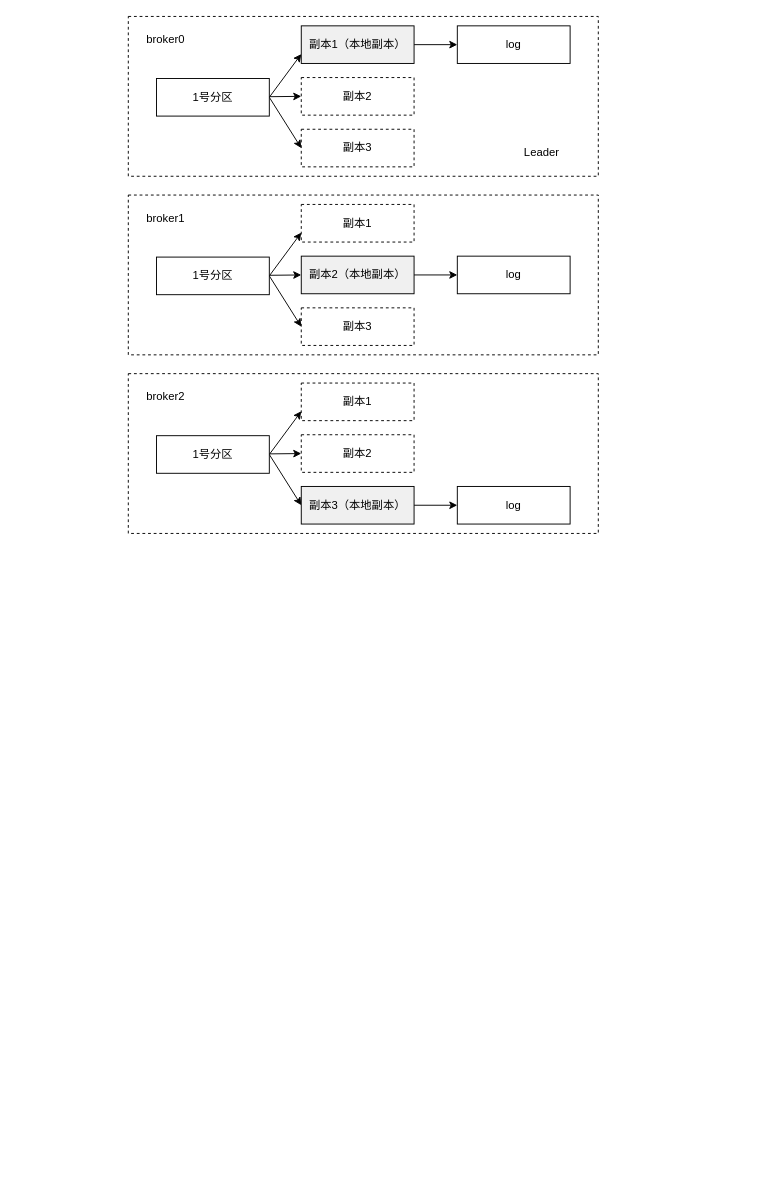
Earlier version of the draw.io diagram docs/assets/drawio/kafka同步机制.drawio (qinguan1/qinguan1.github.io). Source tidied: cells renumbered, new cells numbered last; positions are measured from the earlier drawing's top-left corner, leaving out a move shared by most shapes. Both pictures are drawn from the tidied source at 94%, with x=0, y=0 at pixel (128, 16).
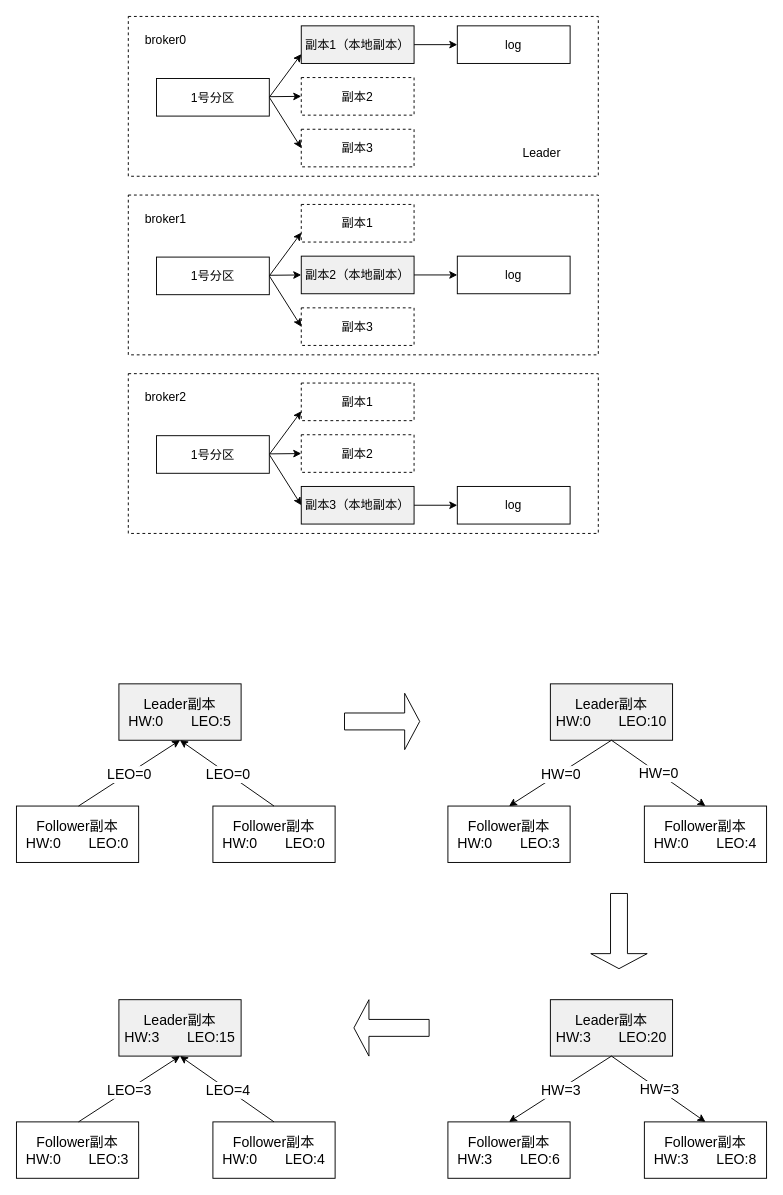
After the change.

Diff of the diagram source:
```diff
@@
-    <mxCell id="2" style="rounded=0;whiteSpace=wrap;html=1;dashed=1;" parent="1" vertex="1">
+    <mxCell id="2" style="rounded=0;whiteSpace=wrap;html=1;dashed=1;fontSize=13;" parent="1" vertex="1">
       <mxGeometry width="500" height="170" as="geometry" />
     </mxCell>
-    <mxCell id="3" value="broker0" style="text;html=1;strokeColor=none;fillColor=none;align=center;verticalAlign=middle;whiteSpace=wrap;rounded=0;dashed=1;" parent="1" vertex="1">
+    <mxCell id="3" value="broker0" style="text;html=1;strokeColor=none;fillColor=none;align=center;verticalAlign=middle;whiteSpace=wrap;rounded=0;dashed=1;fontSize=13;" parent="1" vertex="1">
       <mxGeometry x="10" y="10" width="60" height="30" as="geometry" />
     </mxCell>
-    <mxCell id="4" style="rounded=0;jettySize=auto;html=1;entryX=0;entryY=0.75;entryDx=0;entryDy=0;exitX=1;exitY=0.5;exitDx=0;exitDy=0;" parent="1" edge="1" source="7" target="9">
+    <mxCell id="4" style="rounded=0;jettySize=auto;html=1;entryX=0;entryY=0.75;entryDx=0;entryDy=0;exitX=1;exitY=0.5;exitDx=0;exitDy=0;fontSize=13;" parent="1" edge="1" source="7" target="9">
       <mxGeometry relative="1" as="geometry" />
     </mxCell>
-    <mxCell id="5" style="edgeStyle=none;rounded=0;jettySize=auto;html=1;entryX=0;entryY=0.5;entryDx=0;entryDy=0;" parent="1" edge="1" source="7" target="10">
+    <mxCell id="5" style="edgeStyle=none;rounded=0;jettySize=auto;html=1;entryX=0;entryY=0.5;entryDx=0;entryDy=0;fontSize=13;" parent="1" edge="1" source="7" target="10">
       <mxGeometry relative="1" as="geometry" />
     </mxCell>
-    <mxCell id="6" style="edgeStyle=none;rounded=0;jettySize=auto;html=1;entryX=0;entryY=0.5;entryDx=0;entryDy=0;exitX=1;exitY=0.5;exitDx=0;exitDy=0;" parent="1" edge="1" source="7" target="11">
+    <mxCell id="6" style="edgeStyle=none;rounded=0;jettySize=auto;html=1;entryX=0;entryY=0.5;entryDx=0;entryDy=0;exitX=1;exitY=0.5;exitDx=0;exitDy=0;fontSize=13;" parent="1" edge="1" source="7" target="11">
       <mxGeometry relative="1" as="geometry" />
     </mxCell>
-    <mxCell id="7" value="1号分区" style="rounded=0;whiteSpace=wrap;html=1;" parent="1" vertex="1">
+    <mxCell id="7" value="1号分区" style="rounded=0;whiteSpace=wrap;html=1;fontSize=13;" parent="1" vertex="1">
       <mxGeometry x="30" y="66" width="120" height="40" as="geometry" />
     </mxCell>
-    <mxCell id="8" style="edgeStyle=none;rounded=0;jettySize=auto;html=1;entryX=0;entryY=0.5;entryDx=0;entryDy=0;" parent="1" edge="1" source="9" target="12">
+    <mxCell id="8" style="edgeStyle=none;rounded=0;jettySize=auto;html=1;entryX=0;entryY=0.5;entryDx=0;entryDy=0;fontSize=13;" parent="1" edge="1" source="9" target="12">
       <mxGeometry relative="1" as="geometry" />
     </mxCell>
-    <mxCell id="9" value="副本1（本地副本）" style="rounded=0;whiteSpace=wrap;html=1;fillColor=#F0F0F0;" parent="1" vertex="1">
+    <mxCell id="9" value="副本1（本地副本）" style="rounded=0;whiteSpace=wrap;html=1;fillColor=#F0F0F0;fontSize=13;" parent="1" vertex="1">
       <mxGeometry x="184" y="10" width="120" height="40" as="geometry" />
     </mxCell>
-    <mxCell id="10" value="副本2" style="rounded=0;whiteSpace=wrap;html=1;dashed=1;" parent="1" vertex="1">
+    <mxCell id="10" value="副本2" style="rounded=0;whiteSpace=wrap;html=1;dashed=1;fontSize=13;" parent="1" vertex="1">
       <mxGeometry x="184" y="65" width="120" height="40" as="geometry" />
     </mxCell>
-    <mxCell id="11" value="副本3" style="rounded=0;whiteSpace=wrap;html=1;dashed=1;" parent="1" vertex="1">
+    <mxCell id="11" value="副本3" style="rounded=0;whiteSpace=wrap;html=1;dashed=1;fontSize=13;" parent="1" vertex="1">
       <mxGeometry x="184" y="120" width="120" height="40" as="geometry" />
     </mxCell>
-    <mxCell id="12" value="log" style="rounded=0;whiteSpace=wrap;html=1;" parent="1" vertex="1">
+    <mxCell id="12" value="log" style="rounded=0;whiteSpace=wrap;html=1;fontSize=13;" parent="1" vertex="1">
       <mxGeometry x="350" y="10" width="120" height="40" as="geometry" />
     </mxCell>
-    <mxCell id="13" style="rounded=0;whiteSpace=wrap;html=1;dashed=1;" parent="1" vertex="1">
+    <mxCell id="13" style="rounded=0;whiteSpace=wrap;html=1;dashed=1;fontSize=13;" parent="1" vertex="1">
       <mxGeometry y="190" width="500" height="170" as="geometry" />
     </mxCell>
-    <mxCell id="14" value="broker1" style="text;html=1;strokeColor=none;fillColor=none;align=center;verticalAlign=middle;whiteSpace=wrap;rounded=0;dashed=1;" parent="1" vertex="1">
+    <mxCell id="14" value="broker1" style="text;html=1;strokeColor=none;fillColor=none;align=center;verticalAlign=middle;whiteSpace=wrap;rounded=0;dashed=1;fontSize=13;" parent="1" vertex="1">
       <mxGeometry x="10" y="200" width="60" height="30" as="geometry" />
     </mxCell>
-    <mxCell id="15" style="rounded=0;jettySize=auto;html=1;entryX=0;entryY=0.75;entryDx=0;entryDy=0;exitX=1;exitY=0.5;exitDx=0;exitDy=0;" parent="1" edge="1" source="18" target="19">
+    <mxCell id="15" style="rounded=0;jettySize=auto;html=1;entryX=0;entryY=0.75;entryDx=0;entryDy=0;exitX=1;exitY=0.5;exitDx=0;exitDy=0;fontSize=13;" parent="1" edge="1" source="18" target="19">
       <mxGeometry relative="1" as="geometry" />
     </mxCell>
-    <mxCell id="16" style="edgeStyle=none;rounded=0;jettySize=auto;html=1;entryX=0;entryY=0.5;entryDx=0;entryDy=0;" parent="1" edge="1" source="18" target="21">
+    <mxCell id="16" style="edgeStyle=none;rounded=0;jettySize=auto;html=1;entryX=0;entryY=0.5;entryDx=0;entryDy=0;fontSize=13;" parent="1" edge="1" source="18" target="21">
       <mxGeometry relative="1" as="geometry" />
     </mxCell>
-    <mxCell id="17" style="edgeStyle=none;rounded=0;jettySize=auto;html=1;entryX=0;entryY=0.5;entryDx=0;entryDy=0;exitX=1;exitY=0.5;exitDx=0;exitDy=0;" parent="1" edge="1" source="18" target="22">
+    <mxCell id="17" style="edgeStyle=none;rounded=0;jettySize=auto;html=1;entryX=0;entryY=0.5;entryDx=0;entryDy=0;exitX=1;exitY=0.5;exitDx=0;exitDy=0;fontSize=13;" parent="1" edge="1" source="18" target="22">
       <mxGeometry relative="1" as="geometry" />
     </mxCell>
-    <mxCell id="18" value="1号分区" style="rounded=0;whiteSpace=wrap;html=1;" parent="1" vertex="1">
+    <mxCell id="18" value="1号分区" style="rounded=0;whiteSpace=wrap;html=1;fontSize=13;" parent="1" vertex="1">
       <mxGeometry x="30" y="256" width="120" height="40" as="geometry" />
     </mxCell>
-    <mxCell id="19" value="副本1" style="rounded=0;whiteSpace=wrap;html=1;fillColor=#FFFFFF;dashed=1;" parent="1" vertex="1">
+    <mxCell id="19" value="副本1" style="rounded=0;whiteSpace=wrap;html=1;fillColor=#FFFFFF;dashed=1;fontSize=13;" parent="1" vertex="1">
       <mxGeometry x="184" y="200" width="120" height="40" as="geometry" />
     </mxCell>
-    <mxCell id="20" style="edgeStyle=none;rounded=0;jettySize=auto;html=1;entryX=0;entryY=0.5;entryDx=0;entryDy=0;" parent="1" edge="1" source="21" target="23">
+    <mxCell id="20" style="edgeStyle=none;rounded=0;jettySize=auto;html=1;entryX=0;entryY=0.5;entryDx=0;entryDy=0;fontSize=13;" parent="1" edge="1" source="21" target="23">
       <mxGeometry relative="1" as="geometry" />
     </mxCell>
-    <mxCell id="21" value="副本2（本地副本）" style="rounded=0;whiteSpace=wrap;html=1;fillColor=#F0F0F0;" parent="1" vertex="1">
+    <mxCell id="21" value="副本2（本地副本）" style="rounded=0;whiteSpace=wrap;html=1;fillColor=#F0F0F0;fontSize=13;" parent="1" vertex="1">
       <mxGeometry x="184" y="255" width="120" height="40" as="geometry" />
     </mxCell>
-    <mxCell id="22" value="副本3" style="rounded=0;whiteSpace=wrap;html=1;dashed=1;" parent="1" vertex="1">
+    <mxCell id="22" value="副本3" style="rounded=0;whiteSpace=wrap;html=1;dashed=1;fontSize=13;" parent="1" vertex="1">
       <mxGeometry x="184" y="310" width="120" height="40" as="geometry" />
     </mxCell>
-    <mxCell id="23" value="log" style="rounded=0;whiteSpace=wrap;html=1;" parent="1" vertex="1">
+    <mxCell id="23" value="log" style="rounded=0;whiteSpace=wrap;html=1;fontSize=13;" parent="1" vertex="1">
       <mxGeometry x="350" y="255" width="120" height="40" as="geometry" />
     </mxCell>
-    <mxCell id="24" style="rounded=0;whiteSpace=wrap;html=1;dashed=1;" parent="1" vertex="1">
+    <mxCell id="24" style="rounded=0;whiteSpace=wrap;html=1;dashed=1;fontSize=13;" parent="1" vertex="1">
       <mxGeometry y="380" width="500" height="170" as="geometry" />
     </mxCell>
-    <mxCell id="25" value="broker2" style="text;html=1;strokeColor=none;fillColor=none;align=center;verticalAlign=middle;whiteSpace=wrap;rounded=0;dashed=1;" parent="1" vertex="1">
+    <mxCell id="25" value="broker2" style="text;html=1;strokeColor=none;fillColor=none;align=center;verticalAlign=middle;whiteSpace=wrap;rounded=0;dashed=1;fontSize=13;" parent="1" vertex="1">
       <mxGeometry x="10" y="390" width="60" height="30" as="geometry" />
     </mxCell>
-    <mxCell id="26" style="rounded=0;jettySize=auto;html=1;entryX=0;entryY=0.75;entryDx=0;entryDy=0;exitX=1;exitY=0.5;exitDx=0;exitDy=0;" parent="1" edge="1" source="29" target="31">
+    <mxCell id="26" style="rounded=0;jettySize=auto;html=1;entryX=0;entryY=0.75;entryDx=0;entryDy=0;exitX=1;exitY=0.5;exitDx=0;exitDy=0;fontSize=13;" parent="1" edge="1" source="29" target="31">
       <mxGeometry relative="1" as="geometry" />
     </mxCell>
-    <mxCell id="27" style="edgeStyle=none;rounded=0;jettySize=auto;html=1;entryX=0;entryY=0.5;entryDx=0;entryDy=0;" parent="1" edge="1" source="29" target="32">
+    <mxCell id="27" style="edgeStyle=none;rounded=0;jettySize=auto;html=1;entryX=0;entryY=0.5;entryDx=0;entryDy=0;fontSize=13;" parent="1" edge="1" source="29" target="32">
       <mxGeometry relative="1" as="geometry" />
     </mxCell>
-    <mxCell id="28" style="edgeStyle=none;rounded=0;jettySize=auto;html=1;entryX=0;entryY=0.5;entryDx=0;entryDy=0;exitX=1;exitY=0.5;exitDx=0;exitDy=0;" parent="1" edge="1" source="29" target="33">
+    <mxCell id="28" style="edgeStyle=none;rounded=0;jettySize=auto;html=1;entryX=0;entryY=0.5;entryDx=0;entryDy=0;exitX=1;exitY=0.5;exitDx=0;exitDy=0;fontSize=13;" parent="1" edge="1" source="29" target="33">
       <mxGeometry relative="1" as="geometry" />
     </mxCell>
-    <mxCell id="29" value="1号分区" style="rounded=0;whiteSpace=wrap;html=1;" parent="1" vertex="1">
+    <mxCell id="29" value="1号分区" style="rounded=0;whiteSpace=wrap;html=1;fontSize=13;" parent="1" vertex="1">
       <mxGeometry x="30" y="446" width="120" height="40" as="geometry" />
     </mxCell>
-    <mxCell id="30" style="edgeStyle=none;rounded=0;jettySize=auto;html=1;entryX=0;entryY=0.5;entryDx=0;entryDy=0;exitX=1;exitY=0.5;exitDx=0;exitDy=0;" parent="1" edge="1" source="33" target="34">
+    <mxCell id="30" style="edgeStyle=none;rounded=0;jettySize=auto;html=1;entryX=0;entryY=0.5;entryDx=0;entryDy=0;exitX=1;exitY=0.5;exitDx=0;exitDy=0;fontSize=13;" parent="1" edge="1" source="33" target="34">
       <mxGeometry relative="1" as="geometry" />
     </mxCell>
-    <mxCell id="31" value="副本1" style="rounded=0;whiteSpace=wrap;html=1;fillColor=#FFFFFF;dashed=1;" parent="1" vertex="1">
+    <mxCell id="31" value="副本1" style="rounded=0;whiteSpace=wrap;html=1;fillColor=#FFFFFF;dashed=1;fontSize=13;" parent="1" vertex="1">
       <mxGeometry x="184" y="390" width="120" height="40" as="geometry" />
     </mxCell>
-    <mxCell id="32" value="副本2" style="rounded=0;whiteSpace=wrap;html=1;dashed=1;" parent="1" vertex="1">
+    <mxCell id="32" value="副本2" style="rounded=0;whiteSpace=wrap;html=1;dashed=1;fontSize=13;" parent="1" vertex="1">
       <mxGeometry x="184" y="445" width="120" height="40" as="geometry" />
     </mxCell>
-    <mxCell id="33" value="副本3（本地副本）" style="rounded=0;whiteSpace=wrap;html=1;fillColor=#F0F0F0;" parent="1" vertex="1">
+    <mxCell id="33" value="副本3（本地副本）" style="rounded=0;whiteSpace=wrap;html=1;fillColor=#F0F0F0;fontSize=13;" parent="1" vertex="1">
       <mxGeometry x="184" y="500" width="120" height="40" as="geometry" />
     </mxCell>
-    <mxCell id="34" value="log" style="rounded=0;whiteSpace=wrap;html=1;" parent="1" vertex="1">
+    <mxCell id="34" value="log" style="rounded=0;whiteSpace=wrap;html=1;fontSize=13;" parent="1" vertex="1">
       <mxGeometry x="350" y="500" width="120" height="40" as="geometry" />
     </mxCell>
-    <mxCell id="35" value="Leader" style="text;html=1;strokeColor=none;fillColor=none;align=center;verticalAlign=middle;whiteSpace=wrap;rounded=0;" parent="1" vertex="1">
+    <mxCell id="35" value="Leader" style="text;html=1;strokeColor=none;fillColor=none;align=center;verticalAlign=middle;whiteSpace=wrap;rounded=0;fontSize=13;" parent="1" vertex="1">
       <mxGeometry x="410" y="130" width="60" height="30" as="geometry" />
     </mxCell>
+    <mxCell id="36" value="Leader副本&lt;br style=&quot;font-size: 15px;&quot;&gt;HW:0&lt;span style=&quot;white-space: pre; font-size: 15px;&quot;&gt;&#9;&lt;/span&gt;LEO:5" style="rounded=0;whiteSpace=wrap;html=1;fillColor=#F0F0F0;fontSize=15;" parent="1" vertex="1">
+      <mxGeometry x="-10" y="710" width="130" height="60" as="geometry" />
+    </mxCell>
+    <mxCell id="37" value="Follower副本&lt;br style=&quot;font-size: 15px;&quot;&gt;HW:0&lt;span style=&quot;white-space: pre; font-size: 15px;&quot;&gt;&#9;&lt;/span&gt;LEO:0" style="rounded=0;whiteSpace=wrap;html=1;fillColor=#FFFFFF;fontSize=15;" parent="1" vertex="1">
+      <mxGeometry x="-119" y="840" width="130" height="60" as="geometry" />
+    </mxCell>
+    <mxCell id="38" value="Follower副本&lt;br style=&quot;font-size: 15px;&quot;&gt;HW:0&lt;span style=&quot;white-space: pre; font-size: 15px;&quot;&gt;&#9;&lt;/span&gt;LEO:0" style="rounded=0;whiteSpace=wrap;html=1;fillColor=#FFFFFF;fontSize=15;" parent="1" vertex="1">
+      <mxGeometry x="90" y="840" width="130" height="60" as="geometry" />
+    </mxCell>
+    <mxCell id="39" style="endArrow=classic;html=1;rounded=0;exitX=0.5;exitY=0;exitDx=0;exitDy=0;entryX=0.5;entryY=1;entryDx=0;entryDy=0;" parent="1" edge="1" target="36">
+      <mxGeometry relative="1" as="geometry">
+        <mxPoint x="-53" y="840" as="sourcePoint" />
+      </mxGeometry>
+    </mxCell>
+    <mxCell id="40" value="LEO=0" style="edgeLabel;html=1;align=center;verticalAlign=middle;fillColor=#FFFFFF;fontSize=15;" parent="39" vertex="1">
+      <mxGeometry relative="1" as="geometry" />
+    </mxCell>
+    <mxCell id="41" style="endArrow=classic;html=1;rounded=0;exitX=0.5;exitY=0;exitDx=0;exitDy=0;entryX=0.5;entryY=1;entryDx=0;entryDy=0;" parent="1" edge="1" source="38" target="36">
+      <mxGeometry relative="1" as="geometry" />
+    </mxCell>
+    <mxCell id="42" value="LEO=0" style="edgeLabel;html=1;align=center;verticalAlign=middle;fillColor=#FFFFFF;fontSize=15;" parent="41" vertex="1">
+      <mxGeometry relative="1" as="geometry" />
+    </mxCell>
+    <mxCell id="43" value="Leader副本&lt;br style=&quot;font-size: 15px;&quot;&gt;HW:0&lt;span style=&quot;white-space: pre; font-size: 15px;&quot;&gt;&#9;&lt;/span&gt;LEO:10" style="rounded=0;whiteSpace=wrap;html=1;fillColor=#F0F0F0;fontSize=15;" parent="1" vertex="1">
+      <mxGeometry x="449" y="710" width="130" height="60" as="geometry" />
+    </mxCell>
+    <mxCell id="44" value="Follower副本&lt;br style=&quot;font-size: 15px;&quot;&gt;HW:0&lt;span style=&quot;white-space: pre; font-size: 15px;&quot;&gt;&#9;&lt;/span&gt;LEO:3" style="rounded=0;whiteSpace=wrap;html=1;fillColor=#FFFFFF;fontSize=15;" parent="1" vertex="1">
+      <mxGeometry x="340" y="840" width="130" height="60" as="geometry" />
+    </mxCell>
+    <mxCell id="45" value="Follower副本&lt;br style=&quot;font-size: 15px;&quot;&gt;HW:0&lt;span style=&quot;white-space: pre; font-size: 15px;&quot;&gt;&#9;&lt;/span&gt;LEO:4" style="rounded=0;whiteSpace=wrap;html=1;fillColor=#FFFFFF;fontSize=15;" parent="1" vertex="1">
+      <mxGeometry x="549" y="840" width="130" height="60" as="geometry" />
+    </mxCell>
+    <mxCell id="46" style="endArrow=classic;html=1;rounded=0;exitX=0.5;exitY=1;exitDx=0;exitDy=0;entryX=0.5;entryY=0;entryDx=0;entryDy=0;fontSize=15;" parent="1" edge="1" source="43" target="44">
+      <mxGeometry relative="1" as="geometry" />
+    </mxCell>
+    <mxCell id="47" value="HW=0" style="edgeLabel;html=1;align=center;verticalAlign=middle;fillColor=#FFFFFF;fontSize=15;" parent="46" vertex="1">
+      <mxGeometry relative="1" as="geometry" />
+    </mxCell>
+    <mxCell id="48" style="endArrow=classic;html=1;rounded=0;entryX=0.5;entryY=0;entryDx=0;entryDy=0;exitX=0.5;exitY=1;exitDx=0;exitDy=0;fontSize=15;" parent="1" edge="1" source="43" target="45">
+      <mxGeometry relative="1" as="geometry" />
+    </mxCell>
+    <mxCell id="49" value="HW=0" style="edgeLabel;html=1;align=center;verticalAlign=middle;fillColor=#FFFFFF;fontSize=15;" parent="48" vertex="1">
+      <mxGeometry relative="1" as="geometry" />
+    </mxCell>
+    <mxCell id="50" value="Leader副本&lt;br style=&quot;font-size: 15px;&quot;&gt;HW:3&lt;span style=&quot;white-space: pre; font-size: 15px;&quot;&gt;&#9;&lt;/span&gt;LEO:15" style="rounded=0;whiteSpace=wrap;html=1;fillColor=#F0F0F0;fontSize=15;" parent="1" vertex="1">
+      <mxGeometry x="-10" y="1046" width="130" height="60" as="geometry" />
+    </mxCell>
+    <mxCell id="51" value="Follower副本&lt;br style=&quot;font-size: 15px;&quot;&gt;HW:0&lt;span style=&quot;white-space: pre; font-size: 15px;&quot;&gt;&#9;&lt;/span&gt;LEO:3" style="rounded=0;whiteSpace=wrap;html=1;fillColor=#FFFFFF;fontSize=15;" parent="1" vertex="1">
+      <mxGeometry x="-119" y="1176" width="130" height="60" as="geometry" />
+    </mxCell>
+    <mxCell id="52" value="Follower副本&lt;br style=&quot;font-size: 15px;&quot;&gt;HW:0&lt;span style=&quot;white-space: pre; font-size: 15px;&quot;&gt;&#9;&lt;/span&gt;LEO:4" style="rounded=0;whiteSpace=wrap;html=1;fillColor=#FFFFFF;fontSize=15;" parent="1" vertex="1">
+      <mxGeometry x="90" y="1176" width="130" height="60" as="geometry" />
+    </mxCell>
+    <mxCell id="53" style="endArrow=classic;html=1;rounded=0;exitX=0.5;exitY=0;exitDx=0;exitDy=0;entryX=0.5;entryY=1;entryDx=0;entryDy=0;fontSize=15;" parent="1" edge="1" target="50">
+      <mxGeometry relative="1" as="geometry">
+        <mxPoint x="-53" y="1176" as="sourcePoint" />
+      </mxGeometry>
+    </mxCell>
+    <mxCell id="54" value="LEO=3" style="edgeLabel;html=1;align=center;verticalAlign=middle;fillColor=#FFFFFF;fontSize=15;" parent="53" vertex="1">
+      <mxGeometry relative="1" as="geometry" />
+    </mxCell>
+    <mxCell id="55" style="endArrow=classic;html=1;rounded=0;exitX=0.5;exitY=0;exitDx=0;exitDy=0;entryX=0.5;entryY=1;entryDx=0;entryDy=0;fontSize=15;" parent="1" edge="1" source="52" target="50">
+      <mxGeometry relative="1" as="geometry" />
+    </mxCell>
+    <mxCell id="56" value="LEO=4" style="edgeLabel;html=1;align=center;verticalAlign=middle;fillColor=#FFFFFF;fontSize=15;" parent="55" vertex="1">
+      <mxGeometry relative="1" as="geometry" />
+    </mxCell>
+    <mxCell id="57" value="Leader副本&lt;br style=&quot;font-size: 15px;&quot;&gt;HW:3&lt;span style=&quot;white-space: pre; font-size: 15px;&quot;&gt;&#9;&lt;/span&gt;LEO:20" style="rounded=0;whiteSpace=wrap;html=1;fillColor=#F0F0F0;fontSize=15;" parent="1" vertex="1">
+      <mxGeometry x="449" y="1046" width="130" height="60" as="geometry" />
+    </mxCell>
+    <mxCell id="58" value="Follower副本&lt;br style=&quot;font-size: 15px;&quot;&gt;HW:3&lt;span style=&quot;white-space: pre; font-size: 15px;&quot;&gt;&#9;&lt;/span&gt;LEO:6" style="rounded=0;whiteSpace=wrap;html=1;fillColor=#FFFFFF;fontSize=15;" parent="1" vertex="1">
+      <mxGeometry x="340" y="1176" width="130" height="60" as="geometry" />
+    </mxCell>
+    <mxCell id="59" value="Follower副本&lt;br style=&quot;font-size: 15px;&quot;&gt;HW:3&lt;span style=&quot;white-space: pre; font-size: 15px;&quot;&gt;&#9;&lt;/span&gt;LEO:8" style="rounded=0;whiteSpace=wrap;html=1;fillColor=#FFFFFF;fontSize=15;" parent="1" vertex="1">
+      <mxGeometry x="549" y="1176" width="130" height="60" as="geometry" />
+    </mxCell>
+    <mxCell id="60" style="endArrow=classic;html=1;rounded=0;exitX=0.5;exitY=1;exitDx=0;exitDy=0;entryX=0.5;entryY=0;entryDx=0;entryDy=0;fontSize=15;" parent="1" edge="1" source="57" target="58">
+      <mxGeometry relative="1" as="geometry" />
+    </mxCell>
+    <mxCell id="61" value="HW=3" style="edgeLabel;html=1;align=center;verticalAlign=middle;fillColor=#FFFFFF;fontSize=15;" parent="60" vertex="1">
+      <mxGeometry relative="1" as="geometry" />
+    </mxCell>
+    <mxCell id="62" style="endArrow=classic;html=1;rounded=0;entryX=0.5;entryY=0;entryDx=0;entryDy=0;exitX=0.5;exitY=1;exitDx=0;exitDy=0;fontSize=15;" parent="1" edge="1" source="57" target="59">
+      <mxGeometry relative="1" as="geometry" />
+    </mxCell>
+    <mxCell id="63" value="HW=3" style="edgeLabel;html=1;align=center;verticalAlign=middle;fillColor=#FFFFFF;fontSize=15;" parent="62" vertex="1">
+      <mxGeometry relative="1" as="geometry">
+        <mxPoint x="1" as="offset" />
+      </mxGeometry>
+    </mxCell>
+    <mxCell id="64" style="shape=singleArrow;whiteSpace=wrap;html=1;fillColor=#FFFFFF;" parent="1" vertex="1">
+      <mxGeometry x="230" y="720" width="80" height="60" as="geometry" />
+    </mxCell>
+    <mxCell id="65" style="shape=singleArrow;whiteSpace=wrap;html=1;fillColor=#FFFFFF;direction=south;fontSize=15;" parent="1" vertex="1">
+      <mxGeometry x="492" y="933" width="60" height="80" as="geometry" />
+    </mxCell>
+    <mxCell id="66" style="shape=singleArrow;whiteSpace=wrap;html=1;fillColor=#FFFFFF;direction=west;" parent="1" vertex="1">
+      <mxGeometry x="240" y="1046" width="80" height="60" as="geometry" />
+    </mxCell>
```
